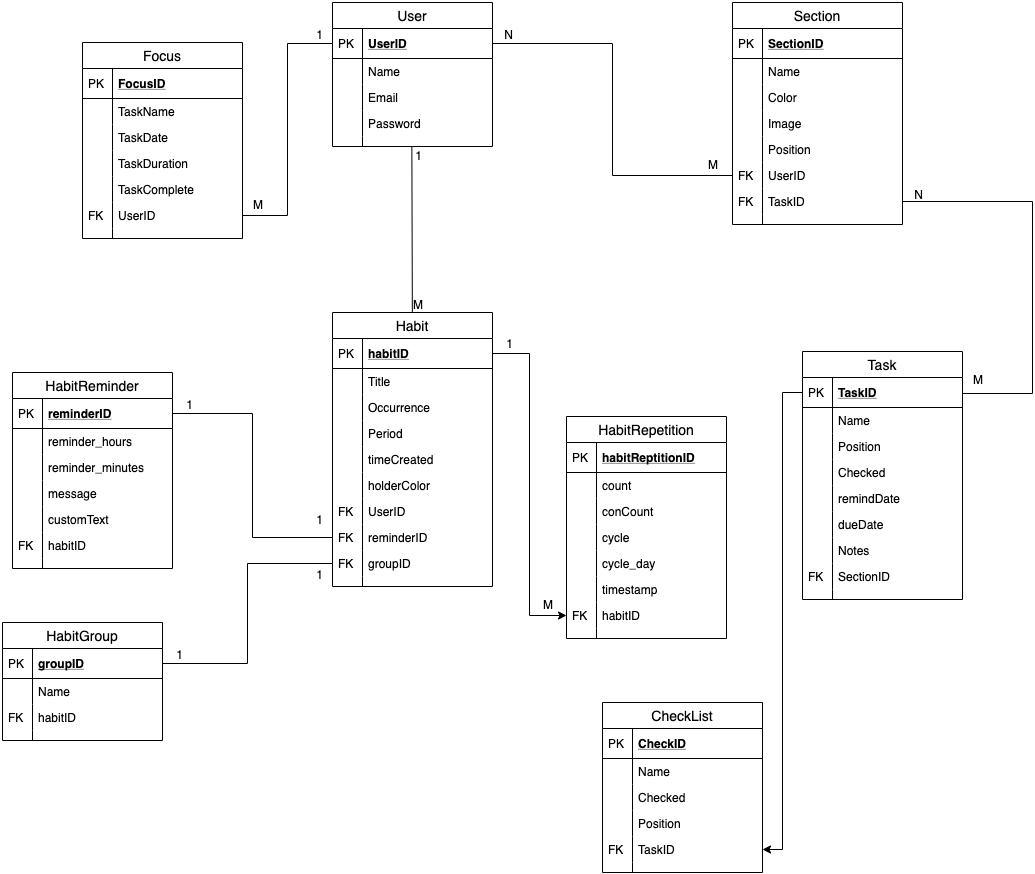
Above: Documentation/images/erDiagram.png in AppDevIn/Routine (draw.io), before the change. Source tidied: cells renumbered, new cells last; positions are measured from the earlier drawing's top-left corner, leaving out a move shared by most shapes.
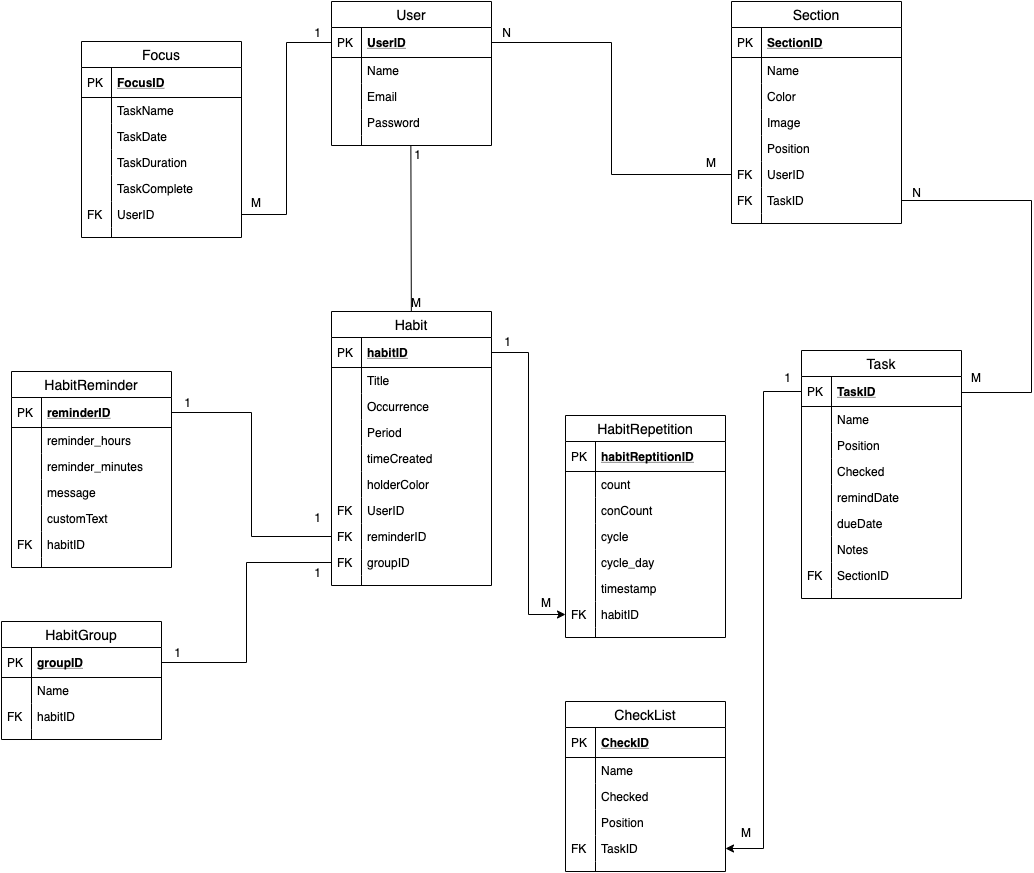
Later version of the same file.

What changed in the source:
```diff
@@ -473,8 +473,18 @@
     <mxCell id="147" style="edgeStyle=orthogonalEdgeStyle;rounded=0;jettySize=auto;html=1;entryX=1;entryY=0.5;entryDx=0;entryDy=0;" parent="1" edge="1" source="110" target="157">
       <mxGeometry relative="1" as="geometry" />
     </mxCell>
+    <mxCell id="161" value="1" style="html=1;align=right;verticalAlign=bottom;" parent="1" vertex="1">
+      <mxGeometry x="770" y="385" as="geometry">
+        <mxPoint x="20" as="offset" />
+      </mxGeometry>
+    </mxCell>
+    <mxCell id="162" value="M" style="html=1;align=right;verticalAlign=bottom;" parent="1" vertex="1">
+      <mxGeometry x="730" y="840" as="geometry">
+        <mxPoint x="20" as="offset" />
+      </mxGeometry>
+    </mxCell>
     <mxCell id="148" value="CheckList" style="swimlane;fontStyle=0;horizontal=1;startSize=26;align=center;fontSize=14;" parent="1" vertex="1">
-      <mxGeometry x="600" y="700" width="160" height="170" as="geometry" />
+      <mxGeometry x="564" y="700" width="160" height="170" as="geometry" />
     </mxCell>
     <mxCell id="149" value="CheckID" style="shape=partialRectangle;top=0;left=0;right=0;bottom=1;align=left;verticalAlign=middle;fillColor=none;spacingLeft=34;spacingRight=4;overflow=hidden;fontStyle=5;fontSize=12;" parent="148" vertex="1">
       <mxGeometry y="26" width="160" height="30" as="geometry" />
```
